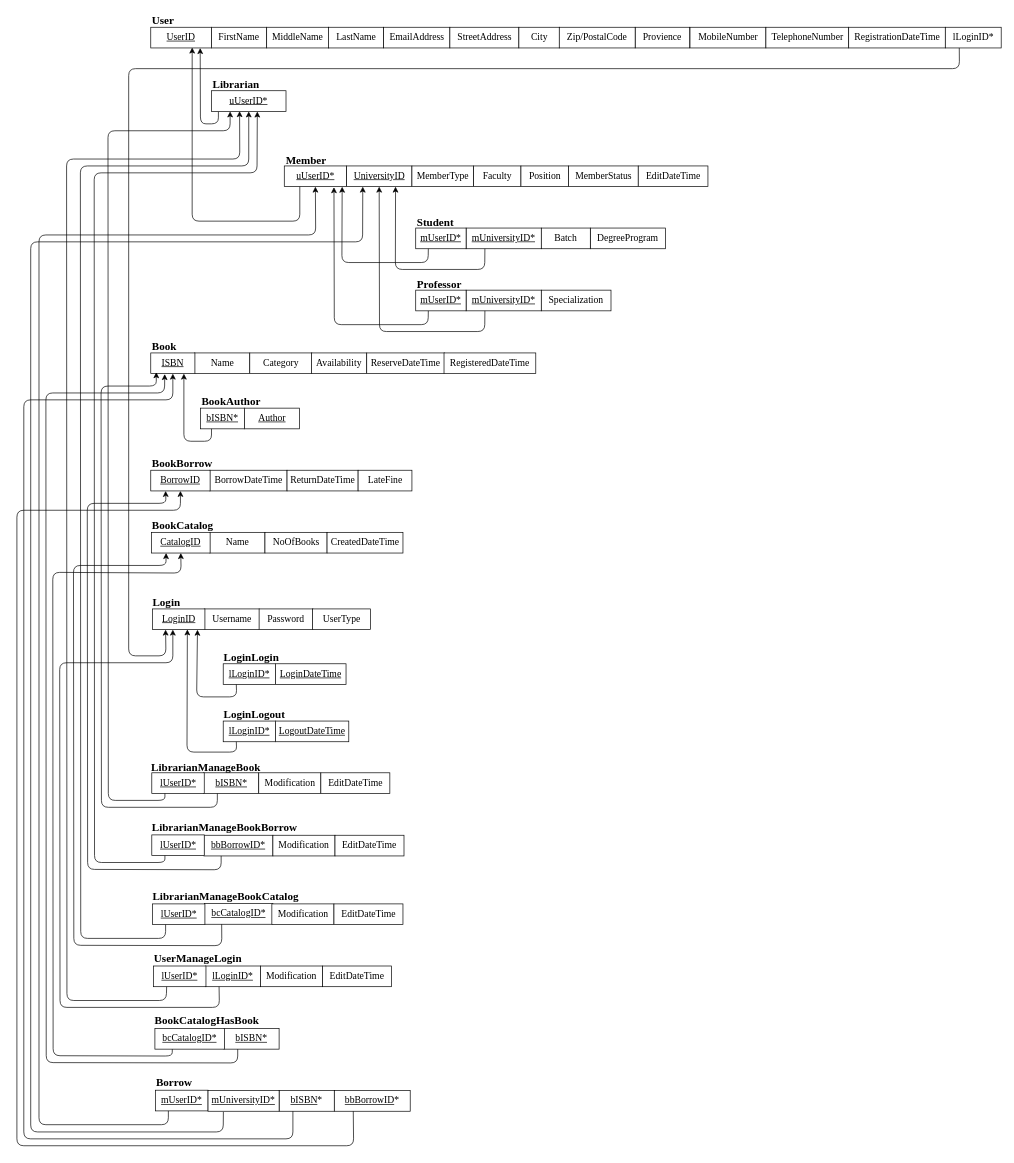
Before: Documentation/Database/2.RelationalMapping/lsulibraryDB_RelationalMapping.drawio in hvlhasanka/Pearson_HND_Computing_Y1S2-Unit10_Web_Design_and_Development, a draw.io diagram. Source tidied: cells renumbered, new cells numbered last; positions are measured from the earlier drawing's top-left corner, leaving out a move shared by most shapes. Both pictures are drawn from the tidied source at 69%, with x=0, y=0 at pixel (17, 12).
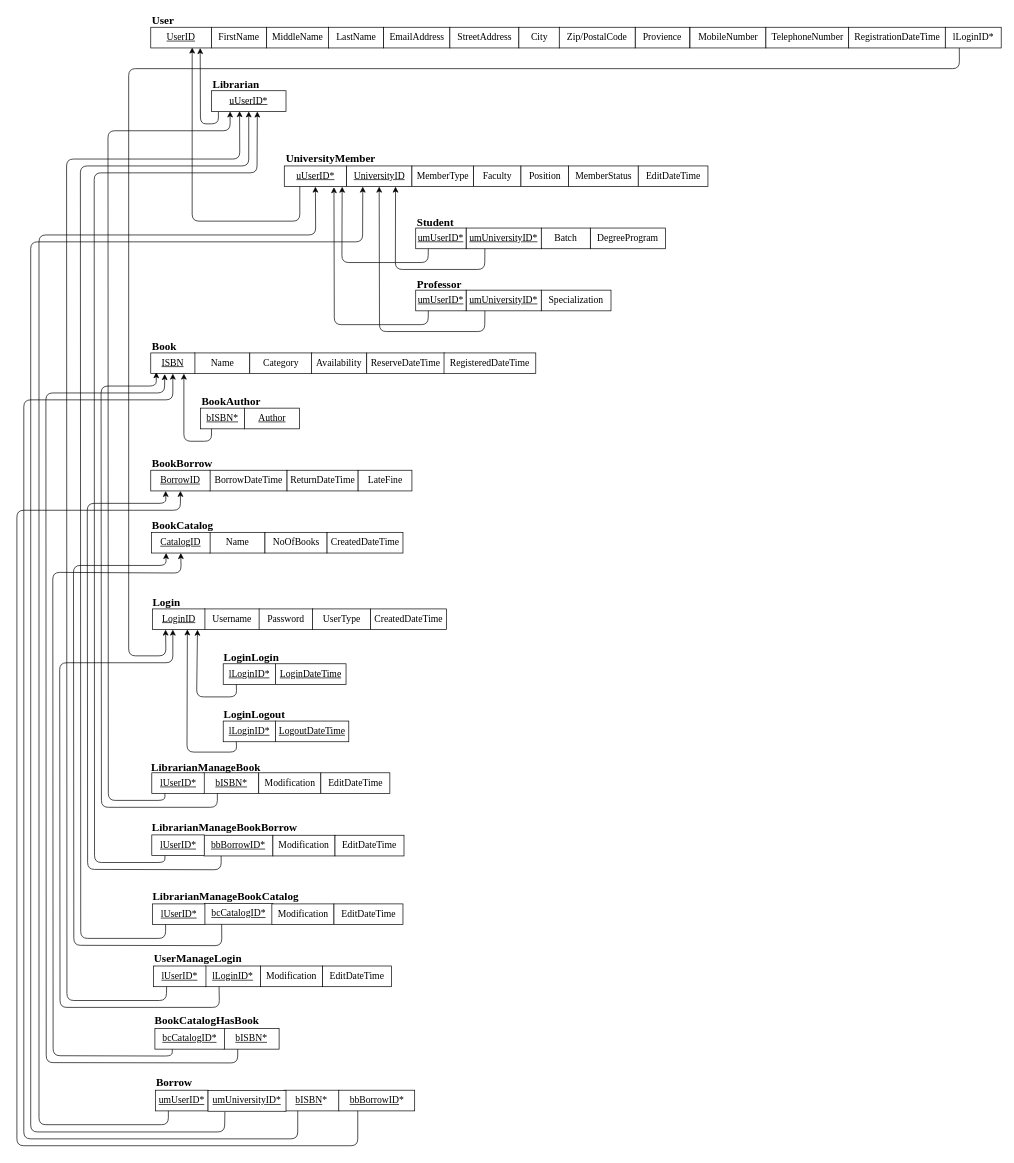
The same diagram, later.

The change refers to these unchanged cells:
```xml
<mxCell id="18" value="UniversityID" style="rounded=0;whiteSpace=wrap;html=1;fontSize=14;fontFamily=Times New Roman;fontStyle=4;" parent="1" vertex="1">
  <mxGeometry x="477.5" y="223" width="95" height="30" as="geometry" />
</mxCell>
<mxCell id="45" value="ISBN" style="rounded=0;whiteSpace=wrap;html=1;fontSize=14;fontFamily=Times New Roman;fontStyle=4;" parent="1" vertex="1">
  <mxGeometry x="194" y="494" width="64" height="30" as="geometry" />
</mxCell>
<mxCell id="54" value="BorrowID" style="rounded=0;whiteSpace=wrap;html=1;fontSize=14;fontFamily=Times New Roman;fontStyle=4;" parent="1" vertex="1">
  <mxGeometry x="194" y="664" width="86" height="30" as="geometry" />
</mxCell>
```

Change to the diagram source:
```diff
@@
-    <mxCell id="17" value="&lt;font face=&quot;Times New Roman&quot;&gt;Member&lt;/font&gt;" style="text;html=1;align=left;verticalAlign=top;spacingTop=-4;fontSize=16;fontStyle=1;" parent="1" vertex="1">
-      <mxGeometry x="387.5" y="203" width="70" height="20" as="geometry" />
+    <mxCell id="17" value="&lt;font face=&quot;Times New Roman&quot;&gt;UniversityMember&lt;/font&gt;" style="text;html=1;align=left;verticalAlign=top;spacingTop=-4;fontSize=16;fontStyle=1;" parent="1" vertex="1">
+      <mxGeometry x="387.5" y="200" width="140" height="20" as="geometry" />
     </mxCell>
@@
-    <mxCell id="26" value="mUniversityID*" style="rounded=0;whiteSpace=wrap;html=1;fontSize=14;fontFamily=Times New Roman;fontStyle=4;" parent="1" vertex="1">
+    <mxCell id="26" value="umUniversityID*" style="rounded=0;whiteSpace=wrap;html=1;fontSize=14;fontFamily=Times New Roman;fontStyle=4;" parent="1" vertex="1">
       <mxGeometry x="651" y="313" width="109" height="30" as="geometry" />
     </mxCell>
@@
-    <mxCell id="29" value="mUserID*" style="rounded=0;whiteSpace=wrap;html=1;fontSize=14;fontFamily=Times New Roman;fontStyle=4;" parent="1" vertex="1">
+    <mxCell id="29" value="umUserID*" style="rounded=0;whiteSpace=wrap;html=1;fontSize=14;fontFamily=Times New Roman;fontStyle=4;" parent="1" vertex="1">
       <mxGeometry x="578" y="313" width="73" height="30" as="geometry" />
     </mxCell>
@@
-    <mxCell id="31" value="mUniversityID*" style="rounded=0;whiteSpace=wrap;html=1;fontSize=14;fontFamily=Times New Roman;fontStyle=4;" parent="1" vertex="1">
+    <mxCell id="31" value="umUniversityID*" style="rounded=0;whiteSpace=wrap;html=1;fontSize=14;fontFamily=Times New Roman;fontStyle=4;" parent="1" vertex="1">
       <mxGeometry x="651" y="403" width="109" height="30" as="geometry" />
     </mxCell>
@@
-    <mxCell id="33" value="mUserID*" style="rounded=0;whiteSpace=wrap;html=1;fontSize=14;fontFamily=Times New Roman;fontStyle=4;" parent="1" vertex="1">
+    <mxCell id="33" value="umUserID*" style="rounded=0;whiteSpace=wrap;html=1;fontSize=14;fontFamily=Times New Roman;fontStyle=4;" parent="1" vertex="1">
       <mxGeometry x="578" y="403" width="73" height="30" as="geometry" />
     </mxCell>
@@
     <mxCell id="95" value="&lt;u&gt;bISBN&lt;/u&gt;*" style="rounded=0;whiteSpace=wrap;html=1;fontSize=14;fontFamily=Times New Roman;" parent="1" vertex="1">
-      <mxGeometry x="380" y="1563" width="80" height="30" as="geometry" />
+      <mxGeometry x="387" y="1562.5" width="80" height="30" as="geometry" />
     </mxCell>
-    <mxCell id="96" value="mUserID*" style="rounded=0;whiteSpace=wrap;html=1;fontSize=14;fontFamily=Times New Roman;fontStyle=4;" parent="1" vertex="1">
+    <mxCell id="96" value="umUserID*" style="rounded=0;whiteSpace=wrap;html=1;fontSize=14;fontFamily=Times New Roman;fontStyle=4;" parent="1" vertex="1">
       <mxGeometry x="201" y="1562.5" width="76" height="30" as="geometry" />
     </mxCell>
     <mxCell id="97" value="&lt;u&gt;bbBorrowID&lt;/u&gt;*" style="rounded=0;whiteSpace=wrap;html=1;fontSize=14;fontFamily=Times New Roman;" parent="1" vertex="1">
-      <mxGeometry x="460" y="1563" width="110" height="30" as="geometry" />
+      <mxGeometry x="466.5" y="1562.5" width="110" height="30" as="geometry" />
     </mxCell>
@@
     <mxCell id="99" style="endArrow=classic;html=1;exitX=0.25;exitY=1;exitDx=0;exitDy=0;entryX=0.5;entryY=1;entryDx=0;entryDy=0;" parent="1" edge="1" source="95" target="45">
       <mxGeometry relative="1" as="geometry">
         <Array as="points">
-          <mxPoint x="400" y="1633" />
+          <mxPoint x="407" y="1633" />
           <mxPoint x="10" y="1633" />
           <mxPoint x="10" y="562" />
           <mxPoint x="226" y="562" />
         </Array>
       </mxGeometry>
     </mxCell>
     <mxCell id="100" style="endArrow=classic;html=1;exitX=0.25;exitY=1;exitDx=0;exitDy=0;entryX=0.5;entryY=1;entryDx=0;entryDy=0;" parent="1" edge="1" source="97" target="54">
       <mxGeometry relative="1" as="geometry">
         <Array as="points">
-          <mxPoint x="488" y="1643" />
+          <mxPoint x="494" y="1643" />
           <mxPoint y="1643" />
           <mxPoint y="722" />
           <mxPoint x="237" y="722" />
         </Array>
       </mxGeometry>
     </mxCell>
@@
-    <mxCell id="116" value="mUniversityID*" style="rounded=0;whiteSpace=wrap;html=1;fontSize=14;fontFamily=Times New Roman;fontStyle=4;" parent="1" vertex="1">
-      <mxGeometry x="277" y="1563" width="103" height="30" as="geometry" />
+    <mxCell id="116" value="umUniversityID*" style="rounded=0;whiteSpace=wrap;html=1;fontSize=14;fontFamily=Times New Roman;fontStyle=4;" parent="1" vertex="1">
+      <mxGeometry x="277" y="1563" width="113" height="30" as="geometry" />
     </mxCell>
     <mxCell id="117" style="endArrow=classic;html=1;exitX=0.216;exitY=1.029;exitDx=0;exitDy=0;exitPerimeter=0;entryX=0.25;entryY=1;entryDx=0;entryDy=0;" parent="1" edge="1" source="116" target="18">
       <mxGeometry relative="1" as="geometry">
         <Array as="points">
-          <mxPoint x="299" y="1623" />
+          <mxPoint x="301" y="1623" />
           <mxPoint x="20" y="1623" />
           <mxPoint x="20" y="333" />
           <mxPoint x="501" y="333" />
         </Array>
       </mxGeometry>
     </mxCell>
+    <mxCell id="118" value="CreatedDateTime" style="rounded=0;whiteSpace=wrap;html=1;fontSize=14;fontFamily=Times New Roman;" parent="1" vertex="1">
+      <mxGeometry x="512.5" y="865" width="110" height="30" as="geometry" />
+    </mxCell>
```
